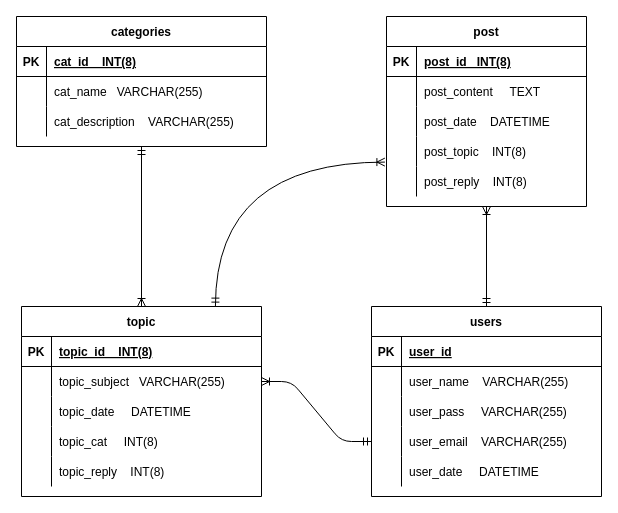
Above: RelationalSchema_OnlineForum.drawio in 90rimane/Forum_Simulator (draw.io), before the change. Source tidied: cells renumbered, new cells numbered last; positions are measured from the earlier drawing's top-left corner, leaving out a move shared by most shapes. Both pictures are drawn from the tidied source at 100%, with x=0, y=0 at pixel (16, 16).
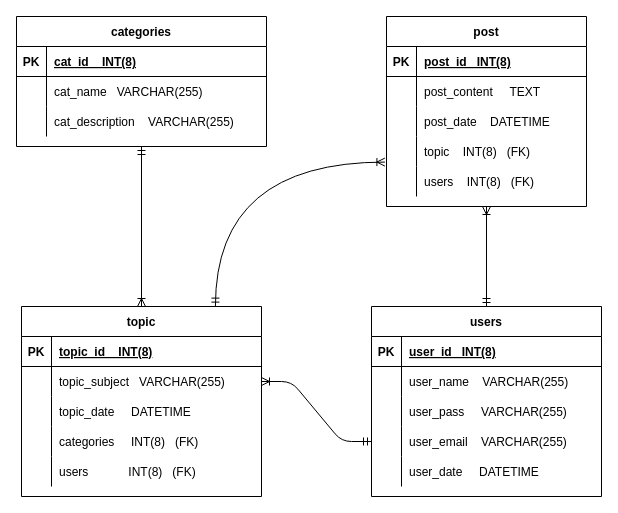
The same diagram, later.

Unchanged cells that the change refers to:
```xml
<mxCell id="13" style="shape=partialRectangle;fillColor=none;top=0;left=0;bottom=1;right=0;" parent="12" vertex="1">
  <mxGeometry y="30" width="230" height="30" as="geometry" />
</mxCell>
<mxCell id="38" style="shape=partialRectangle;fillColor=none;top=0;left=0;bottom=0;right=0;points=[[0,0.5],[1,0.5]];portConstraint=eastwest;" parent="28" vertex="1">
  <mxGeometry y="120" width="200" height="30" as="geometry" />
</mxCell>
<mxCell id="41" style="shape=partialRectangle;fillColor=none;top=0;left=0;bottom=0;right=0;" parent="28" vertex="1">
  <mxGeometry y="150" width="200" height="30" as="geometry" />
</mxCell>
<mxCell id="54" style="shape=partialRectangle;fillColor=none;top=0;left=0;bottom=0;right=0;" parent="44" vertex="1">
  <mxGeometry y="120" width="240" height="30" as="geometry" />
</mxCell>
<mxCell id="57" style="shape=partialRectangle;fillColor=none;top=0;left=0;bottom=0;right=0;" parent="44" vertex="1">
  <mxGeometry y="150" width="240" height="30" as="geometry" />
</mxCell>
```

The edit, as a diff of the source:
```diff
@@
-    <mxCell id="15" value="user_id" style="shape=partialRectangle;fillColor=none;top=0;left=0;bottom=0;right=0;align=left;spacingLeft=6;fontStyle=5;overflow=hidden;" parent="13" vertex="1">
+    <mxCell id="15" value="user_id   INT(8)" style="shape=partialRectangle;fillColor=none;top=0;left=0;bottom=0;right=0;align=left;spacingLeft=6;fontStyle=5;overflow=hidden;" parent="13" vertex="1">
       <mxGeometry x="30" width="200" height="30" as="geometry" />
     </mxCell>
@@
-    <mxCell id="40" value="post_topic    INT(8)" style="shape=partialRectangle;fillColor=none;top=0;left=0;bottom=0;right=0;align=left;spacingLeft=6;overflow=hidden;" parent="38" vertex="1">
+    <mxCell id="40" value="topic    INT(8)   (FK)" style="shape=partialRectangle;fillColor=none;top=0;left=0;bottom=0;right=0;align=left;spacingLeft=6;overflow=hidden;" parent="38" vertex="1">
       <mxGeometry x="30" width="170" height="30" as="geometry" />
     </mxCell>
@@
-    <mxCell id="43" value="post_reply    INT(8)" style="shape=partialRectangle;fillColor=none;top=0;left=0;bottom=0;right=0;align=left;spacingLeft=6;overflow=hidden;" parent="41" vertex="1">
+    <mxCell id="43" value="users    INT(8)   (FK)" style="shape=partialRectangle;fillColor=none;top=0;left=0;bottom=0;right=0;align=left;spacingLeft=6;overflow=hidden;" parent="41" vertex="1">
       <mxGeometry x="30" width="170" height="30" as="geometry" />
     </mxCell>
@@
-    <mxCell id="56" value="topic_cat     INT(8)" style="shape=partialRectangle;fillColor=none;top=0;left=0;bottom=0;right=0;align=left;spacingLeft=6;overflow=hidden;" parent="54" vertex="1">
+    <mxCell id="56" value="categories     INT(8)   (FK)" style="shape=partialRectangle;fillColor=none;top=0;left=0;bottom=0;right=0;align=left;spacingLeft=6;overflow=hidden;" parent="54" vertex="1">
       <mxGeometry x="30" width="210" height="30" as="geometry" />
     </mxCell>
@@
-    <mxCell id="59" value="topic_reply    INT(8)" style="shape=partialRectangle;fillColor=none;top=0;left=0;bottom=0;right=0;align=left;spacingLeft=6;overflow=hidden;" parent="57" vertex="1">
+    <mxCell id="59" value="users            INT(8)   (FK)" style="shape=partialRectangle;fillColor=none;top=0;left=0;bottom=0;right=0;align=left;spacingLeft=6;overflow=hidden;" parent="57" vertex="1">
       <mxGeometry x="30" width="210" height="30" as="geometry" />
     </mxCell>
```
